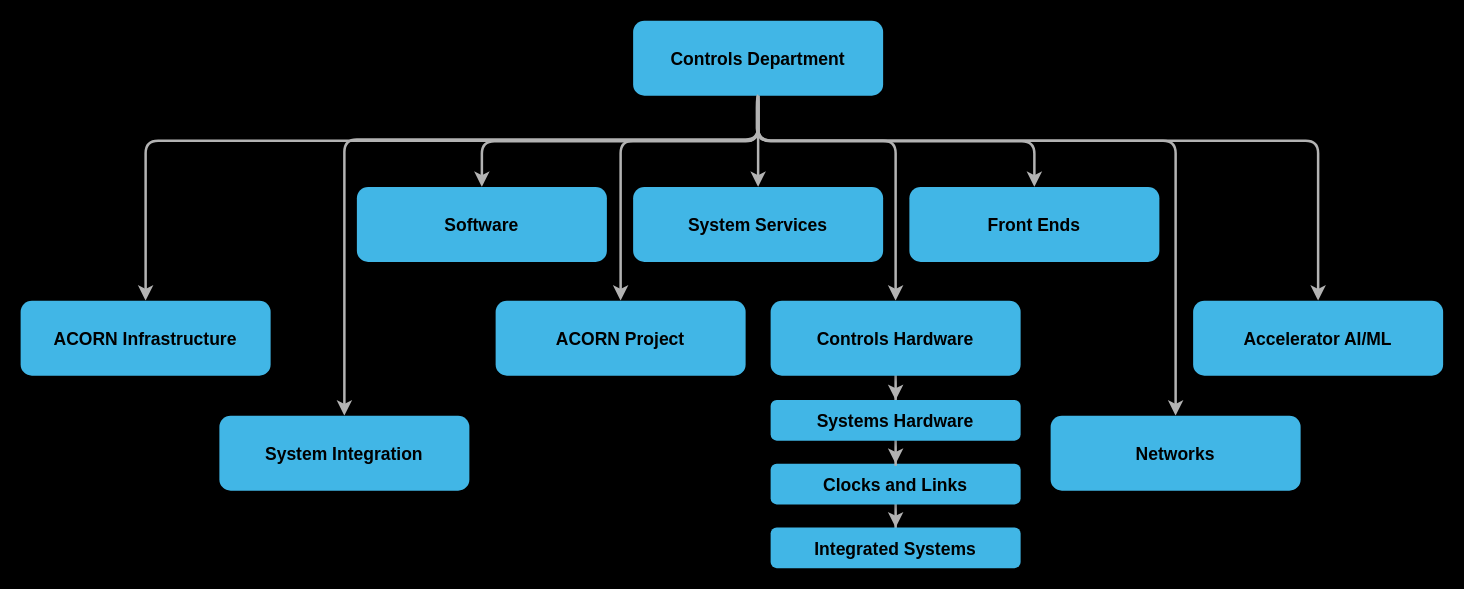
This is controls_orgchart.drawio from awattsFNAL/Drawings, a draw.io file, before an edit. Source tidied: cells renumbered, new cells numbered last; positions are measured from the earlier drawing's top-left corner, leaving out a move shared by most shapes. Both pictures are drawn from the tidied source at 125%, with x=0, y=0 at pixel (20, 20).
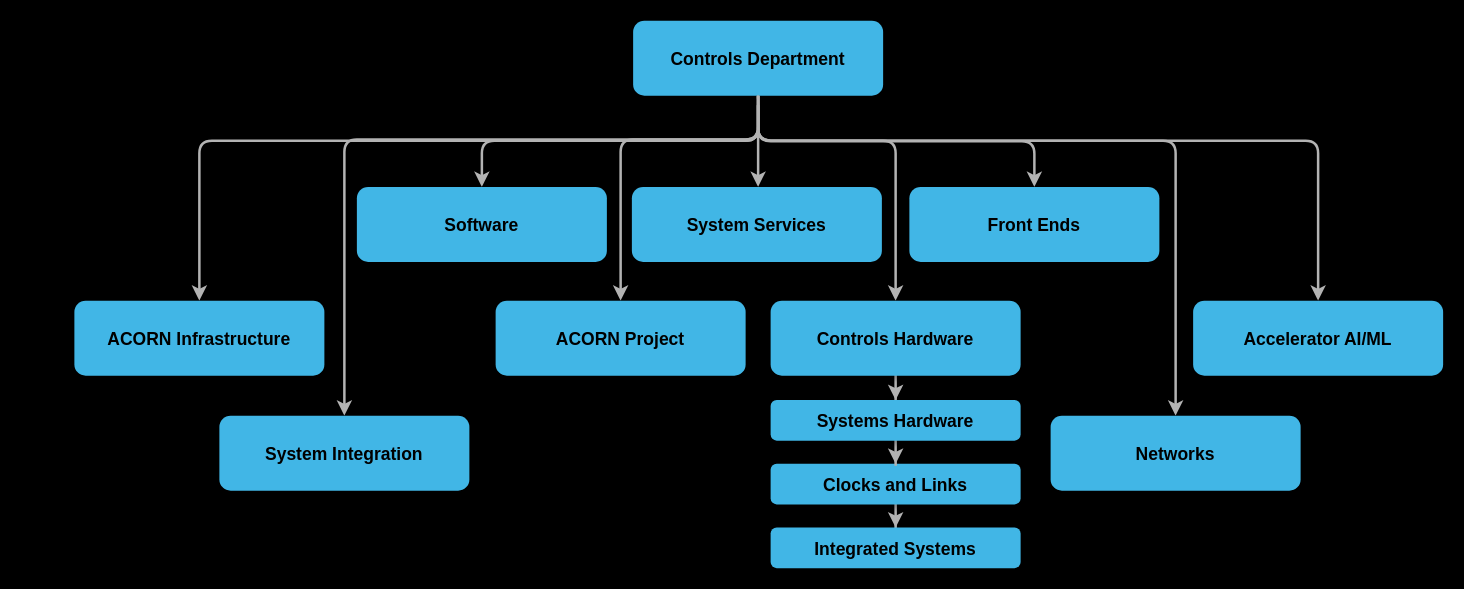
The same page after the edit.

The change refers to these unchanged cells:
```xml
<mxCell id="6" value="Software" style="rounded=1;fillColor=#41B6E6;strokeColor=none;shadow=1;gradientColor=none;fontStyle=1;fontColor=#000000;fontSize=14;strokeWidth=2;" parent="1" vertex="1">
  <mxGeometry x="269" y="133" width="200" height="60" as="geometry" />
</mxCell>
<mxCell id="8" value="ACORN Project" style="rounded=1;fillColor=#41B6E6;strokeColor=none;shadow=1;gradientColor=none;fontStyle=1;fontColor=#000000;fontSize=14;strokeWidth=2;" parent="1" vertex="1">
  <mxGeometry x="380" y="224" width="200" height="60" as="geometry" />
</mxCell>
<mxCell id="10" value="Controls Hardware" style="rounded=1;fillColor=#41B6E6;strokeColor=none;shadow=1;gradientColor=none;fontStyle=1;fontColor=#000000;fontSize=14;strokeWidth=2;" parent="1" vertex="1">
  <mxGeometry x="600" y="224" width="200" height="60" as="geometry" />
</mxCell>
<mxCell id="21" value="Controls Department" style="rounded=1;fillColor=#41B6E6;strokeColor=none;shadow=1;gradientColor=none;fontStyle=1;fontColor=#000000;fontSize=14;strokeWidth=2;" parent="1" vertex="1">
  <mxGeometry x="490" width="200" height="60" as="geometry" />
</mxCell>
```

What changed in the source:
```diff
@@
     <mxCell id="3" style="edgeStyle=orthogonalEdgeStyle;rounded=1;jettySize=auto;html=1;exitX=0.5;exitY=1;exitDx=0;exitDy=0;strokeWidth=2;strokeColor=#B3B3B3;entryX=0.5;entryY=0;entryDx=0;entryDy=0;fontColor=#000000;" parent="1" edge="1" source="21" target="11">
       <mxGeometry relative="1" as="geometry">
         <Array as="points">
           <mxPoint x="590" y="96" />
-          <mxPoint x="100" y="96" />
+          <mxPoint x="143" y="96" />
         </Array>
       </mxGeometry>
     </mxCell>
     <mxCell id="4" style="edgeStyle=orthogonalEdgeStyle;rounded=1;jettySize=auto;html=1;entryX=0.5;entryY=0;entryDx=0;entryDy=0;exitX=0.5;exitY=1;exitDx=0;exitDy=0;strokeColor=#B3B3B3;strokeWidth=2;fontColor=#000000;" parent="1" edge="1" source="21" target="8">
       <mxGeometry relative="1" as="geometry">
         <Array as="points">
-          <mxPoint x="590" y="96" />
-          <mxPoint x="480" y="96" />
+          <mxPoint x="590" y="95" />
+          <mxPoint x="480" y="95" />
         </Array>
       </mxGeometry>
     </mxCell>
+    <mxCell id="27" style="edgeStyle=orthogonalEdgeStyle;rounded=0;jettySize=auto;html=1;" parent="1" edge="1" source="5" target="21">
+      <mxGeometry relative="1" as="geometry" />
+    </mxCell>
     <mxCell id="5" value="System Services" style="rounded=1;fillColor=#41B6E6;strokeColor=none;shadow=1;gradientColor=none;fontStyle=1;fontColor=#000000;fontSize=14;strokeWidth=2;" parent="1" vertex="1">
-      <mxGeometry x="490" y="133" width="200" height="60" as="geometry" />
+      <mxGeometry x="489" y="133" width="200" height="60" as="geometry" />
     </mxCell>
@@
     <mxCell id="11" value="ACORN Infrastructure" style="rounded=1;fillColor=#41B6E6;strokeColor=none;shadow=1;gradientColor=none;fontStyle=1;fontColor=#000000;fontSize=14;strokeWidth=2;" parent="1" vertex="1">
-      <mxGeometry y="224" width="200" height="60" as="geometry" />
+      <mxGeometry x="43" y="224" width="200" height="60" as="geometry" />
     </mxCell>
@@
     <mxCell id="18" style="edgeStyle=orthogonalEdgeStyle;rounded=1;jettySize=auto;html=1;strokeWidth=2;strokeColor=#B3B3B3;exitX=0.5;exitY=1;exitDx=0;exitDy=0;fontColor=#000000;" parent="1" edge="1" source="21" target="6">
-      <mxGeometry relative="1" as="geometry" />
+      <mxGeometry relative="1" as="geometry">
+        <Array as="points">
+          <mxPoint x="590" y="96" />
+          <mxPoint x="369" y="96" />
+        </Array>
+      </mxGeometry>
     </mxCell>
     <mxCell id="19" style="edgeStyle=orthogonalEdgeStyle;rounded=1;jettySize=auto;html=1;strokeColor=#B3B3B3;strokeWidth=2;fontColor=#000000;" parent="1" edge="1" source="21" target="5">
-      <mxGeometry relative="1" as="geometry" />
+      <mxGeometry relative="1" as="geometry">
+        <Array as="points">
+          <mxPoint x="590" y="79" />
+          <mxPoint x="590" y="79" />
+        </Array>
+      </mxGeometry>
     </mxCell>
@@
     <mxCell id="22" style="edgeStyle=orthogonalEdgeStyle;rounded=1;jettySize=auto;html=1;entryX=0.5;entryY=0;entryDx=0;entryDy=0;exitX=0.5;exitY=1;exitDx=0;exitDy=0;strokeColor=#B3B3B3;strokeWidth=2;fontColor=#000000;" parent="1" edge="1" source="21" target="10">
       <mxGeometry relative="1" as="geometry">
         <Array as="points">
-          <mxPoint x="589" y="60" />
-          <mxPoint x="589" y="96" />
+          <mxPoint x="590" y="96" />
           <mxPoint x="700" y="96" />
         </Array>
       </mxGeometry>
     </mxCell>
```
